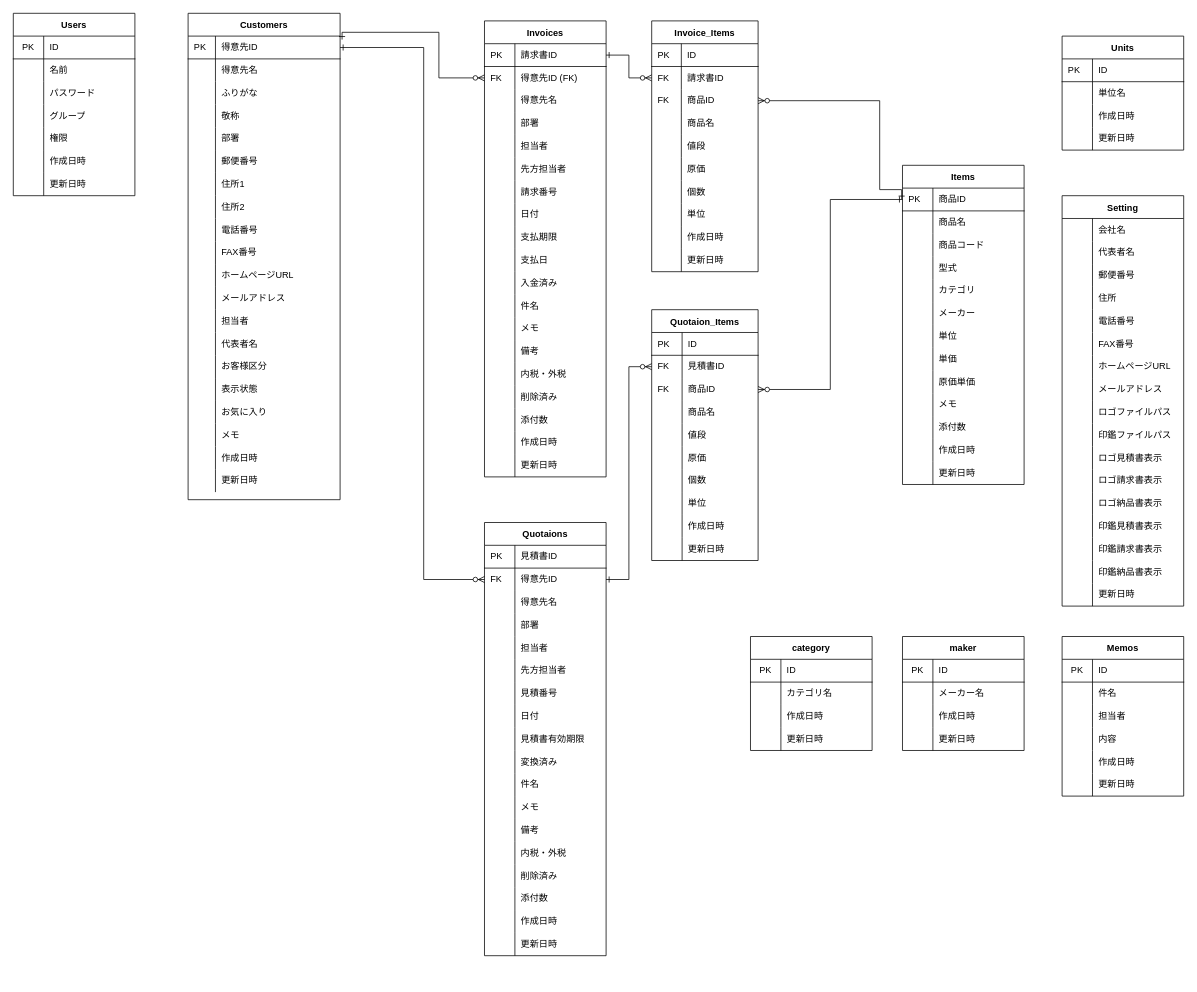
Earlier version of the draw.io diagram soho_er.dio (gamasenninn/caddie-clone). Source tidied: cells renumbered, new cells numbered last; positions are measured from the earlier drawing's top-left corner, leaving out a move shared by most shapes. Both pictures are drawn from the tidied source at 76%, with x=0, y=0 at pixel (13, 13).
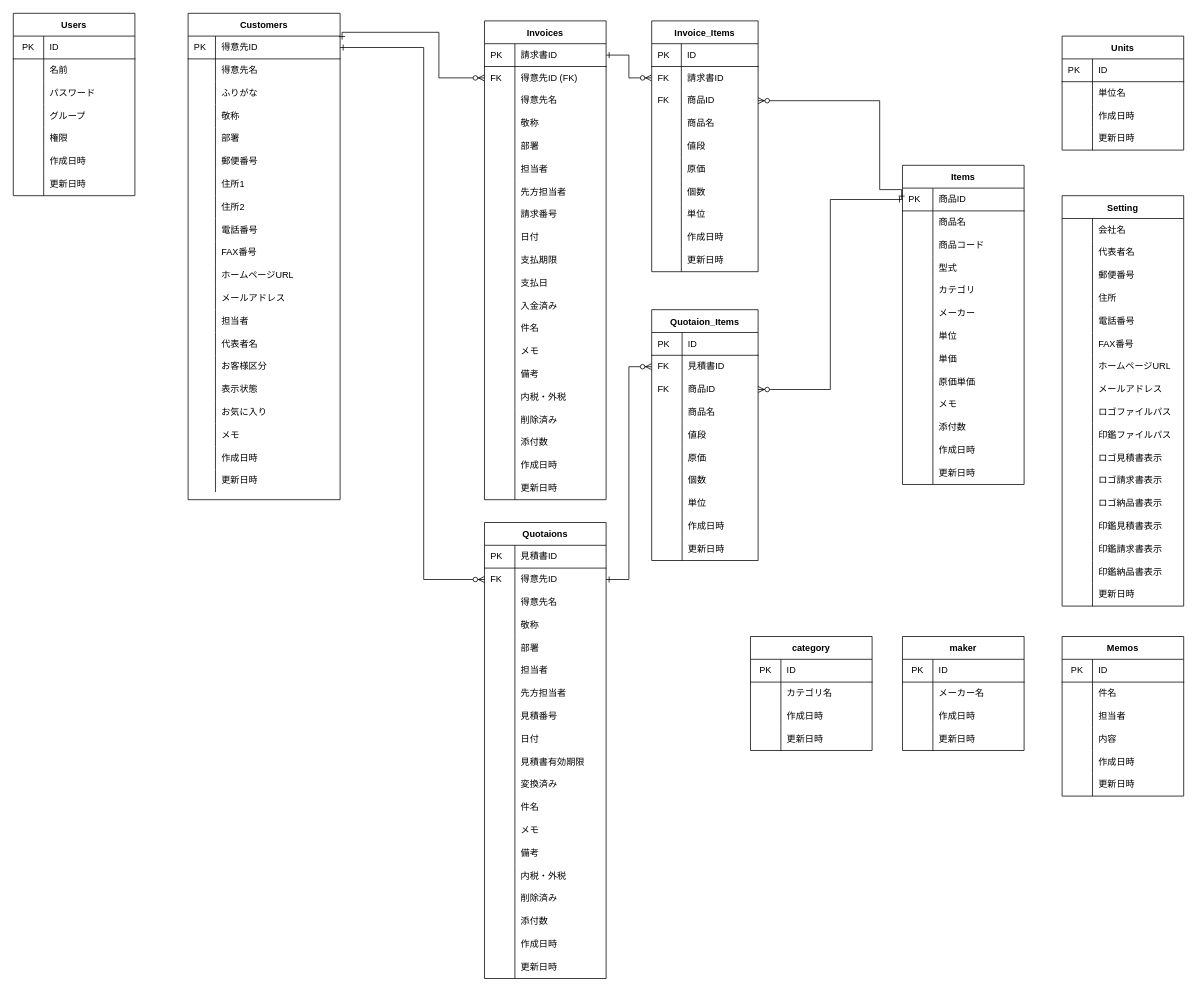
Above is the later version.

Diff of the diagram source:
```diff
@@
     <mxCell id="103" value="Invoices" style="shape=table;startSize=30;childLayout=tableLayout;rowLines=0;fontStyle=1;align=center;" parent="1" vertex="1">
-      <mxGeometry x="620" y="10" width="160" height="600" as="geometry" />
+      <mxGeometry x="620" y="10" width="160" height="630" as="geometry" />
     </mxCell>
@@
+    <mxCell id="416" style="shape=partialRectangle;html=1;whiteSpace=wrap;fillColor=none;top=0;left=0;bottom=0;right=0;" parent="103" vertex="1">
+      <mxGeometry y="120" width="160" height="30" as="geometry" />
+    </mxCell>
+    <mxCell id="417" style="shape=partialRectangle;html=1;whiteSpace=wrap;fillColor=none;top=0;left=0;bottom=0;right=0;align=left;spacingLeft=6;overflow=hidden;" parent="416" vertex="1">
+      <mxGeometry width="40" height="30" as="geometry" />
+    </mxCell>
+    <mxCell id="418" value="敬称" style="shape=partialRectangle;html=1;whiteSpace=wrap;fillColor=none;top=0;left=0;bottom=0;right=0;align=left;spacingLeft=6;overflow=hidden;" parent="416" vertex="1">
+      <mxGeometry x="40" width="120" height="30" as="geometry" />
+    </mxCell>
     <mxCell id="113" style="shape=partialRectangle;html=1;whiteSpace=wrap;fillColor=none;top=0;left=0;bottom=0;right=0;" parent="103" vertex="1">
-      <mxGeometry y="120" width="160" height="30" as="geometry" />
+      <mxGeometry y="150" width="160" height="30" as="geometry" />
     </mxCell>
@@
     <mxCell id="116" style="shape=partialRectangle;html=1;whiteSpace=wrap;fillColor=none;top=0;left=0;bottom=0;right=0;" parent="103" vertex="1">
-      <mxGeometry y="150" width="160" height="30" as="geometry" />
+      <mxGeometry y="180" width="160" height="30" as="geometry" />
     </mxCell>
@@
     <mxCell id="119" style="shape=partialRectangle;html=1;whiteSpace=wrap;fillColor=none;top=0;left=0;bottom=0;right=0;" parent="103" vertex="1">
-      <mxGeometry y="180" width="160" height="30" as="geometry" />
+      <mxGeometry y="210" width="160" height="30" as="geometry" />
     </mxCell>
@@
     <mxCell id="122" style="shape=partialRectangle;html=1;whiteSpace=wrap;fillColor=none;top=0;left=0;bottom=0;right=0;" parent="103" vertex="1">
-      <mxGeometry y="210" width="160" height="30" as="geometry" />
+      <mxGeometry y="240" width="160" height="30" as="geometry" />
     </mxCell>
@@
     <mxCell id="125" style="shape=partialRectangle;html=1;whiteSpace=wrap;fillColor=none;top=0;left=0;bottom=0;right=0;" parent="103" vertex="1">
-      <mxGeometry y="240" width="160" height="30" as="geometry" />
+      <mxGeometry y="270" width="160" height="30" as="geometry" />
     </mxCell>
@@
     <mxCell id="128" style="shape=partialRectangle;html=1;whiteSpace=wrap;fillColor=none;top=0;left=0;bottom=0;right=0;" parent="103" vertex="1">
-      <mxGeometry y="270" width="160" height="30" as="geometry" />
+      <mxGeometry y="300" width="160" height="30" as="geometry" />
     </mxCell>
@@
     <mxCell id="131" style="shape=partialRectangle;html=1;whiteSpace=wrap;fillColor=none;top=0;left=0;bottom=0;right=0;" parent="103" vertex="1">
-      <mxGeometry y="300" width="160" height="30" as="geometry" />
+      <mxGeometry y="330" width="160" height="30" as="geometry" />
     </mxCell>
@@
     <mxCell id="134" style="shape=partialRectangle;html=1;whiteSpace=wrap;fillColor=none;top=0;left=0;bottom=0;right=0;" parent="103" vertex="1">
-      <mxGeometry y="330" width="160" height="30" as="geometry" />
+      <mxGeometry y="360" width="160" height="30" as="geometry" />
     </mxCell>
@@
     <mxCell id="137" style="shape=partialRectangle;html=1;whiteSpace=wrap;fillColor=none;top=0;left=0;bottom=0;right=0;" parent="103" vertex="1">
-      <mxGeometry y="360" width="160" height="30" as="geometry" />
+      <mxGeometry y="390" width="160" height="30" as="geometry" />
     </mxCell>
@@
     <mxCell id="140" style="shape=partialRectangle;html=1;whiteSpace=wrap;fillColor=none;top=0;left=0;bottom=0;right=0;" parent="103" vertex="1">
-      <mxGeometry y="390" width="160" height="30" as="geometry" />
+      <mxGeometry y="420" width="160" height="30" as="geometry" />
     </mxCell>
@@
     <mxCell id="143" style="shape=partialRectangle;html=1;whiteSpace=wrap;fillColor=none;top=0;left=0;bottom=0;right=0;" parent="103" vertex="1">
-      <mxGeometry y="420" width="160" height="30" as="geometry" />
+      <mxGeometry y="450" width="160" height="30" as="geometry" />
     </mxCell>
@@
     <mxCell id="146" style="shape=partialRectangle;html=1;whiteSpace=wrap;fillColor=none;top=0;left=0;bottom=0;right=0;" parent="103" vertex="1">
-      <mxGeometry y="450" width="160" height="30" as="geometry" />
+      <mxGeometry y="480" width="160" height="30" as="geometry" />
     </mxCell>
@@
     <mxCell id="149" style="shape=partialRectangle;html=1;whiteSpace=wrap;fillColor=none;top=0;left=0;bottom=0;right=0;" parent="103" vertex="1">
-      <mxGeometry y="480" width="160" height="30" as="geometry" />
+      <mxGeometry y="510" width="160" height="30" as="geometry" />
     </mxCell>
@@
     <mxCell id="152" style="shape=partialRectangle;html=1;whiteSpace=wrap;fillColor=none;top=0;left=0;bottom=0;right=0;" parent="103" vertex="1">
-      <mxGeometry y="510" width="160" height="30" as="geometry" />
+      <mxGeometry y="540" width="160" height="30" as="geometry" />
     </mxCell>
@@
     <mxCell id="155" style="shape=partialRectangle;html=1;whiteSpace=wrap;fillColor=none;top=0;left=0;bottom=0;right=0;" parent="103" vertex="1">
-      <mxGeometry y="540" width="160" height="30" as="geometry" />
+      <mxGeometry y="570" width="160" height="30" as="geometry" />
     </mxCell>
@@
     <mxCell id="158" style="shape=partialRectangle;html=1;whiteSpace=wrap;fillColor=none;top=0;left=0;bottom=0;right=0;" parent="103" vertex="1">
-      <mxGeometry y="570" width="160" height="30" as="geometry" />
+      <mxGeometry y="600" width="160" height="30" as="geometry" />
     </mxCell>
@@
     <mxCell id="192" value="Quotaions" style="shape=table;startSize=30;childLayout=tableLayout;rowLines=0;fontStyle=1;align=center;" parent="1" vertex="1">
-      <mxGeometry x="620" y="670" width="160" height="570" as="geometry" />
+      <mxGeometry x="620" y="670" width="160" height="600" as="geometry" />
     </mxCell>
@@
+    <mxCell id="419" style="shape=partialRectangle;html=1;whiteSpace=wrap;fillColor=none;top=0;left=0;bottom=0;right=0;" parent="192" vertex="1">
+      <mxGeometry y="120" width="160" height="30" as="geometry" />
+    </mxCell>
+    <mxCell id="420" style="shape=partialRectangle;html=1;whiteSpace=wrap;fillColor=none;top=0;left=0;bottom=0;right=0;align=left;spacingLeft=6;overflow=hidden;" parent="419" vertex="1">
+      <mxGeometry width="40" height="30" as="geometry" />
+    </mxCell>
+    <mxCell id="421" value="敬称" style="shape=partialRectangle;html=1;whiteSpace=wrap;fillColor=none;top=0;left=0;bottom=0;right=0;align=left;spacingLeft=6;overflow=hidden;" parent="419" vertex="1">
+      <mxGeometry x="40" width="120" height="30" as="geometry" />
+    </mxCell>
     <mxCell id="202" style="shape=partialRectangle;html=1;whiteSpace=wrap;fillColor=none;top=0;left=0;bottom=0;right=0;" parent="192" vertex="1">
-      <mxGeometry y="120" width="160" height="30" as="geometry" />
+      <mxGeometry y="150" width="160" height="30" as="geometry" />
     </mxCell>
@@
     <mxCell id="205" style="shape=partialRectangle;html=1;whiteSpace=wrap;fillColor=none;top=0;left=0;bottom=0;right=0;" parent="192" vertex="1">
-      <mxGeometry y="150" width="160" height="30" as="geometry" />
+      <mxGeometry y="180" width="160" height="30" as="geometry" />
     </mxCell>
@@
     <mxCell id="208" style="shape=partialRectangle;html=1;whiteSpace=wrap;fillColor=none;top=0;left=0;bottom=0;right=0;" parent="192" vertex="1">
-      <mxGeometry y="180" width="160" height="30" as="geometry" />
+      <mxGeometry y="210" width="160" height="30" as="geometry" />
     </mxCell>
@@
     <mxCell id="211" style="shape=partialRectangle;html=1;whiteSpace=wrap;fillColor=none;top=0;left=0;bottom=0;right=0;" parent="192" vertex="1">
-      <mxGeometry y="210" width="160" height="30" as="geometry" />
+      <mxGeometry y="240" width="160" height="30" as="geometry" />
     </mxCell>
@@
     <mxCell id="214" style="shape=partialRectangle;html=1;whiteSpace=wrap;fillColor=none;top=0;left=0;bottom=0;right=0;" parent="192" vertex="1">
-      <mxGeometry y="240" width="160" height="30" as="geometry" />
+      <mxGeometry y="270" width="160" height="30" as="geometry" />
     </mxCell>
@@
     <mxCell id="217" style="shape=partialRectangle;html=1;whiteSpace=wrap;fillColor=none;top=0;left=0;bottom=0;right=0;" parent="192" vertex="1">
-      <mxGeometry y="270" width="160" height="30" as="geometry" />
+      <mxGeometry y="300" width="160" height="30" as="geometry" />
     </mxCell>
@@
     <mxCell id="220" style="shape=partialRectangle;html=1;whiteSpace=wrap;fillColor=none;top=0;left=0;bottom=0;right=0;" parent="192" vertex="1">
-      <mxGeometry y="300" width="160" height="30" as="geometry" />
+      <mxGeometry y="330" width="160" height="30" as="geometry" />
     </mxCell>
@@
     <mxCell id="223" style="shape=partialRectangle;html=1;whiteSpace=wrap;fillColor=none;top=0;left=0;bottom=0;right=0;" parent="192" vertex="1">
-      <mxGeometry y="330" width="160" height="30" as="geometry" />
+      <mxGeometry y="360" width="160" height="30" as="geometry" />
     </mxCell>
@@
     <mxCell id="226" style="shape=partialRectangle;html=1;whiteSpace=wrap;fillColor=none;top=0;left=0;bottom=0;right=0;" parent="192" vertex="1">
-      <mxGeometry y="360" width="160" height="30" as="geometry" />
+      <mxGeometry y="390" width="160" height="30" as="geometry" />
     </mxCell>
@@
     <mxCell id="229" style="shape=partialRectangle;html=1;whiteSpace=wrap;fillColor=none;top=0;left=0;bottom=0;right=0;" parent="192" vertex="1">
-      <mxGeometry y="390" width="160" height="30" as="geometry" />
+      <mxGeometry y="420" width="160" height="30" as="geometry" />
     </mxCell>
@@
     <mxCell id="232" style="shape=partialRectangle;html=1;whiteSpace=wrap;fillColor=none;top=0;left=0;bottom=0;right=0;" parent="192" vertex="1">
-      <mxGeometry y="420" width="160" height="30" as="geometry" />
+      <mxGeometry y="450" width="160" height="30" as="geometry" />
     </mxCell>
@@
     <mxCell id="235" style="shape=partialRectangle;html=1;whiteSpace=wrap;fillColor=none;top=0;left=0;bottom=0;right=0;" parent="192" vertex="1">
-      <mxGeometry y="450" width="160" height="30" as="geometry" />
+      <mxGeometry y="480" width="160" height="30" as="geometry" />
     </mxCell>
@@
     <mxCell id="238" style="shape=partialRectangle;html=1;whiteSpace=wrap;fillColor=none;top=0;left=0;bottom=0;right=0;" parent="192" vertex="1">
-      <mxGeometry y="480" width="160" height="30" as="geometry" />
+      <mxGeometry y="510" width="160" height="30" as="geometry" />
     </mxCell>
@@
     <mxCell id="241" style="shape=partialRectangle;html=1;whiteSpace=wrap;fillColor=none;top=0;left=0;bottom=0;right=0;" parent="192" vertex="1">
-      <mxGeometry y="510" width="160" height="30" as="geometry" />
+      <mxGeometry y="540" width="160" height="30" as="geometry" />
     </mxCell>
@@
     <mxCell id="244" style="shape=partialRectangle;html=1;whiteSpace=wrap;fillColor=none;top=0;left=0;bottom=0;right=0;" parent="192" vertex="1">
-      <mxGeometry y="540" width="160" height="30" as="geometry" />
+      <mxGeometry y="570" width="160" height="30" as="geometry" />
     </mxCell>
```
